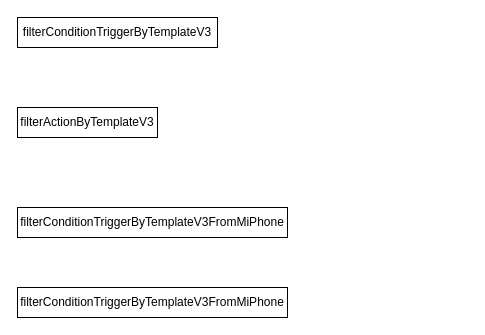
Before: 未命名绘图.drawio in WljclW/coolweather, a draw.io diagram. Source tidied: cells renumbered, new cells numbered last; positions are measured from the earlier drawing's top-left corner, leaving out a move shared by most shapes. Both pictures are drawn from the tidied source at 100%, with x=0, y=0 at pixel (17, 17).
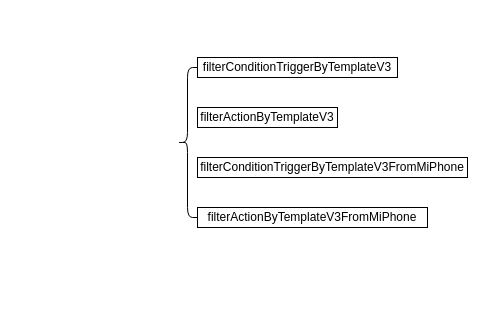
Above is the later version.

Commit message (it also covers changes not shown here):
更新未命名绘图.drawio

Change to the diagram source:
```diff
@@
 <mxGraphModel>
   <root>
     <mxCell id="0" />
     <mxCell id="1" parent="0" />
     <mxCell id="2" value="filterConditionTriggerByTemplateV3" style="rounded=0;whiteSpace=wrap;html=1;" parent="1" vertex="1">
-      <mxGeometry width="200" height="30" as="geometry" />
+      <mxGeometry x="180" y="40" width="200" height="20" as="geometry" />
     </mxCell>
     <mxCell id="3" value="filterActionByTemplateV3" style="rounded=0;whiteSpace=wrap;html=1;" parent="1" vertex="1">
-      <mxGeometry y="90" width="140" height="30" as="geometry" />
+      <mxGeometry x="180" y="90" width="140" height="20" as="geometry" />
     </mxCell>
     <mxCell id="4" value="filterConditionTriggerByTemplateV3FromMiPhone" style="rounded=0;whiteSpace=wrap;html=1;" parent="1" vertex="1">
-      <mxGeometry y="190" width="270" height="30" as="geometry" />
+      <mxGeometry x="180" y="140" width="270" height="20" as="geometry" />
     </mxCell>
-    <mxCell id="5" value="filterConditionTriggerByTemplateV3FromMiPhone" style="rounded=0;whiteSpace=wrap;html=1;" parent="1" vertex="1">
-      <mxGeometry y="270" width="270" height="30" as="geometry" />
+    <mxCell id="5" value="filterActionByTemplateV3FromMiPhone" style="rounded=0;whiteSpace=wrap;html=1;" parent="1" vertex="1">
+      <mxGeometry x="180" y="190" width="230" height="20" as="geometry" />
     </mxCell>
+    <mxCell id="6" style="shape=curlyBracket;whiteSpace=wrap;html=1;rounded=1;labelPosition=left;verticalLabelPosition=middle;align=right;verticalAlign=middle;" parent="1" vertex="1">
+      <mxGeometry x="160" y="50" width="20" height="150" as="geometry" />
+    </mxCell>
   </root>
 </mxGraphModel>
```
